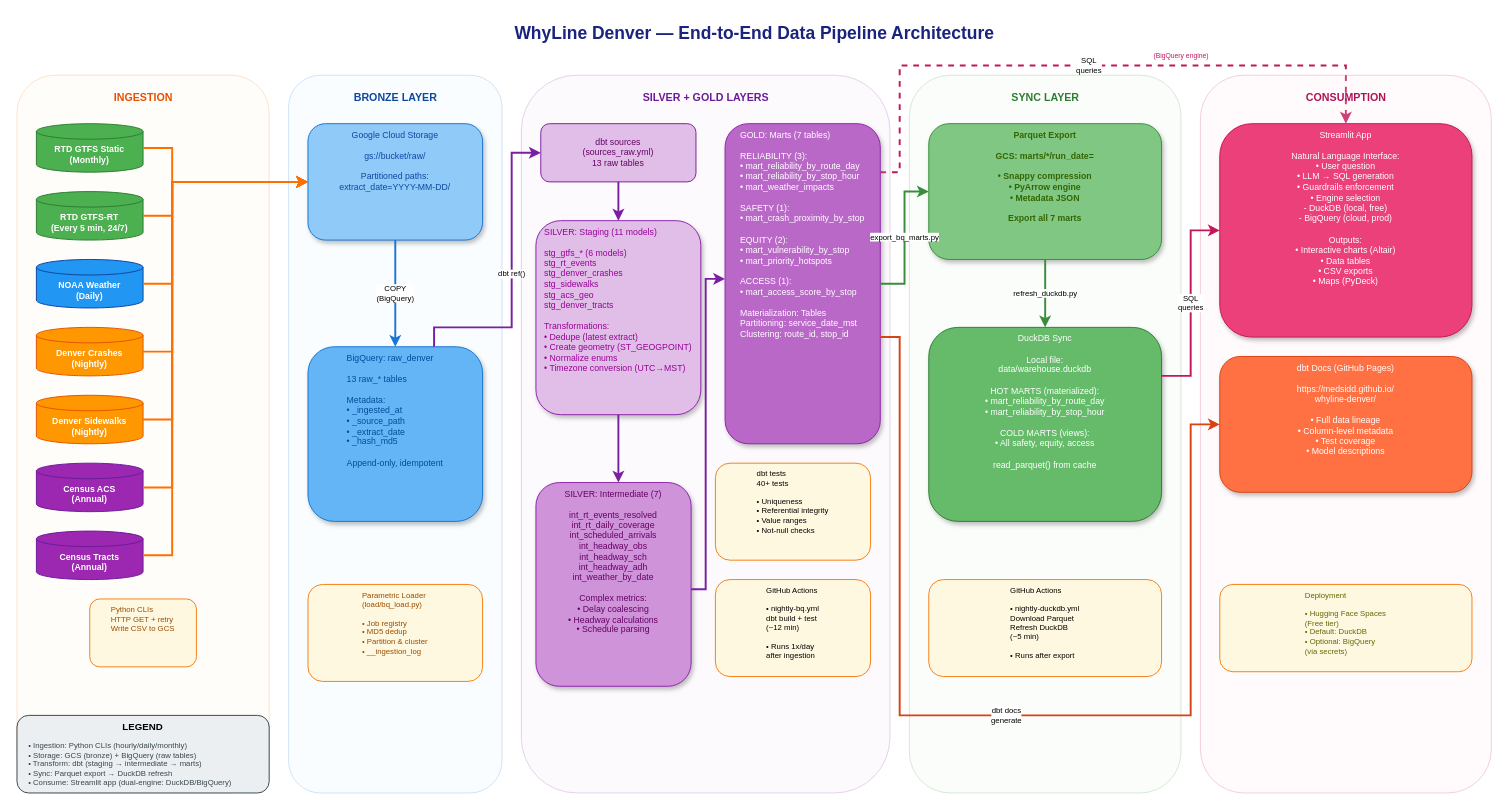
Before: docs/diagrams/pipeline.drawio in medsidd/whyline-denver, a draw.io diagram. Source tidied: cells renumbered, new cells numbered last; positions are measured from the earlier drawing's top-left corner, leaving out a move shared by most shapes. Both pictures are drawn from the tidied source at 97%, with x=0, y=0 at pixel (16, 16).
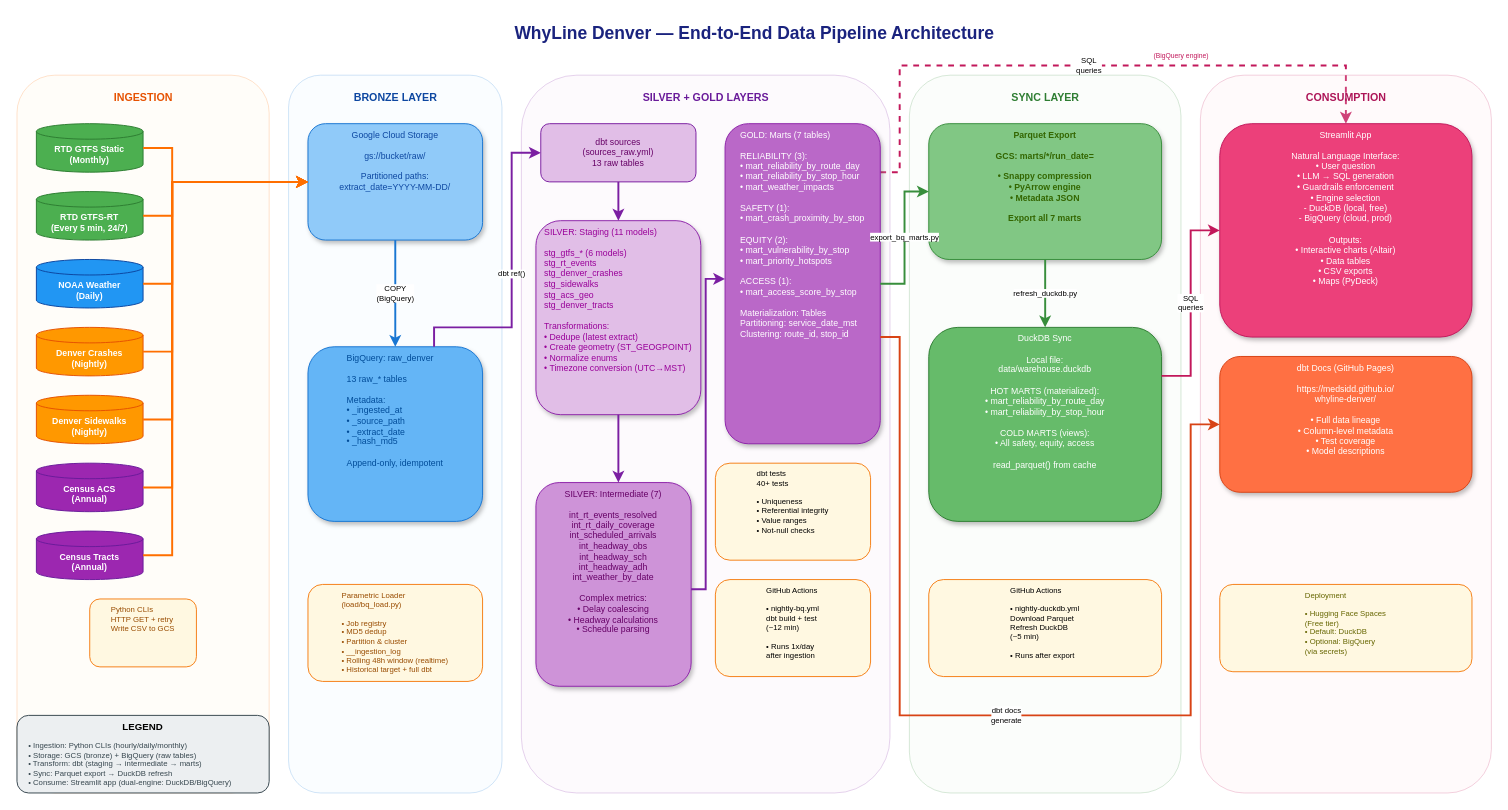
After the change.

Commit message (it also covers changes not shown here):
Update pipeline documentation and loader scripts for enhanced date handling

Diff of the diagram source:
```diff
@@
-    <mxCell id="24" value="&lt;div style=&quot;text-align: justify;&quot;&gt;&lt;span style=&quot;background-color: transparent;&quot;&gt;&lt;font style=&quot;color: rgb(153, 76, 0);&quot;&gt;Parametric Loader&lt;/font&gt;&lt;/span&gt;&lt;/div&gt;&lt;div style=&quot;text-align: justify;&quot;&gt;&lt;span style=&quot;background-color: transparent;&quot;&gt;&lt;font style=&quot;color: rgb(153, 76, 0);&quot;&gt;(load/bq_load.py)&lt;/font&gt;&lt;/span&gt;&lt;/div&gt;&lt;div style=&quot;text-align: justify;&quot;&gt;&lt;font style=&quot;color: rgb(153, 76, 0);&quot;&gt;&lt;br&gt;&lt;/font&gt;&lt;/div&gt;&lt;div style=&quot;text-align: justify;&quot;&gt;&lt;span style=&quot;background-color: transparent;&quot;&gt;&lt;font style=&quot;color: rgb(153, 76, 0);&quot;&gt;• Job registry&lt;/font&gt;&lt;/span&gt;&lt;/div&gt;&lt;div style=&quot;text-align: justify;&quot;&gt;&lt;span style=&quot;background-color: transparent;&quot;&gt;&lt;font style=&quot;color: rgb(153, 76, 0);&quot;&gt;• MD5 dedup&lt;/font&gt;&lt;/span&gt;&lt;/div&gt;&lt;div style=&quot;text-align: justify;&quot;&gt;&lt;span style=&quot;background-color: transparent;&quot;&gt;&lt;font style=&quot;color: rgb(153, 76, 0);&quot;&gt;• Partition &amp;amp; cluster&lt;/font&gt;&lt;/span&gt;&lt;/div&gt;&lt;div style=&quot;text-align: justify;&quot;&gt;&lt;span style=&quot;background-color: transparent;&quot;&gt;&lt;font style=&quot;color: rgb(153, 76, 0);&quot;&gt;• __ingestion_log&lt;/font&gt;&lt;/span&gt;&lt;/div&gt;" style="rounded=1;whiteSpace=wrap;html=1;fillColor=#fff8e1;strokeColor=#f57f17;fontSize=8;align=center;verticalAlign=top;" parent="1" vertex="1">
+    <mxCell id="24" value="&lt;div style=&quot;text-align: justify;&quot;&gt;&lt;span style=&quot;background-color: transparent;&quot;&gt;&lt;font style=&quot;color: rgb(153, 76, 0);&quot;&gt;Parametric Loader&lt;/font&gt;&lt;/span&gt;&lt;/div&gt;&lt;div style=&quot;text-align: justify;&quot;&gt;&lt;span style=&quot;background-color: transparent;&quot;&gt;&lt;font style=&quot;color: rgb(153, 76, 0);&quot;&gt;(load/bq_load.py)&lt;/font&gt;&lt;/span&gt;&lt;/div&gt;&lt;div style=&quot;text-align: justify;&quot;&gt;&lt;font style=&quot;color: rgb(153, 76, 0);&quot;&gt;&lt;br&gt;&lt;/font&gt;&lt;/div&gt;&lt;div style=&quot;text-align: justify;&quot;&gt;&lt;span style=&quot;background-color: transparent;&quot;&gt;&lt;font style=&quot;color: rgb(153, 76, 0);&quot;&gt;• Job registry&lt;/font&gt;&lt;/span&gt;&lt;/div&gt;&lt;div style=&quot;text-align: justify;&quot;&gt;&lt;span style=&quot;background-color: transparent;&quot;&gt;&lt;font style=&quot;color: rgb(153, 76, 0);&quot;&gt;• MD5 dedup&lt;/font&gt;&lt;/span&gt;&lt;/div&gt;&lt;div style=&quot;text-align: justify;&quot;&gt;&lt;span style=&quot;background-color: transparent;&quot;&gt;&lt;font style=&quot;color: rgb(153, 76, 0);&quot;&gt;• Partition &amp;amp; cluster&lt;/font&gt;&lt;/span&gt;&lt;/div&gt;&lt;div style=&quot;text-align: justify;&quot;&gt;&lt;span style=&quot;background-color: transparent;&quot;&gt;&lt;font style=&quot;color: rgb(153, 76, 0);&quot;&gt;• __ingestion_log&lt;/font&gt;&lt;/span&gt;&lt;/div&gt;&lt;div style=&quot;text-align: justify;&quot;&gt;&lt;span style=&quot;background-color: transparent;&quot;&gt;&lt;font style=&quot;color: rgb(153, 76, 0);&quot;&gt;• Rolling 48h window (realtime)&lt;/font&gt;&lt;/span&gt;&lt;/div&gt;&lt;div style=&quot;text-align: justify;&quot;&gt;&lt;span style=&quot;background-color: transparent;&quot;&gt;&lt;font style=&quot;color: rgb(153, 76, 0);&quot;&gt;• Historical target + full dbt&lt;/font&gt;&lt;/span&gt;&lt;/div&gt;" style="rounded=1;whiteSpace=wrap;html=1;fillColor=#fff8e1;strokeColor=#f57f17;fontSize=8;align=center;verticalAlign=top;" parent="1" vertex="1">
       <mxGeometry x="300" y="585" width="180" height="100" as="geometry" />
     </mxCell>
```
